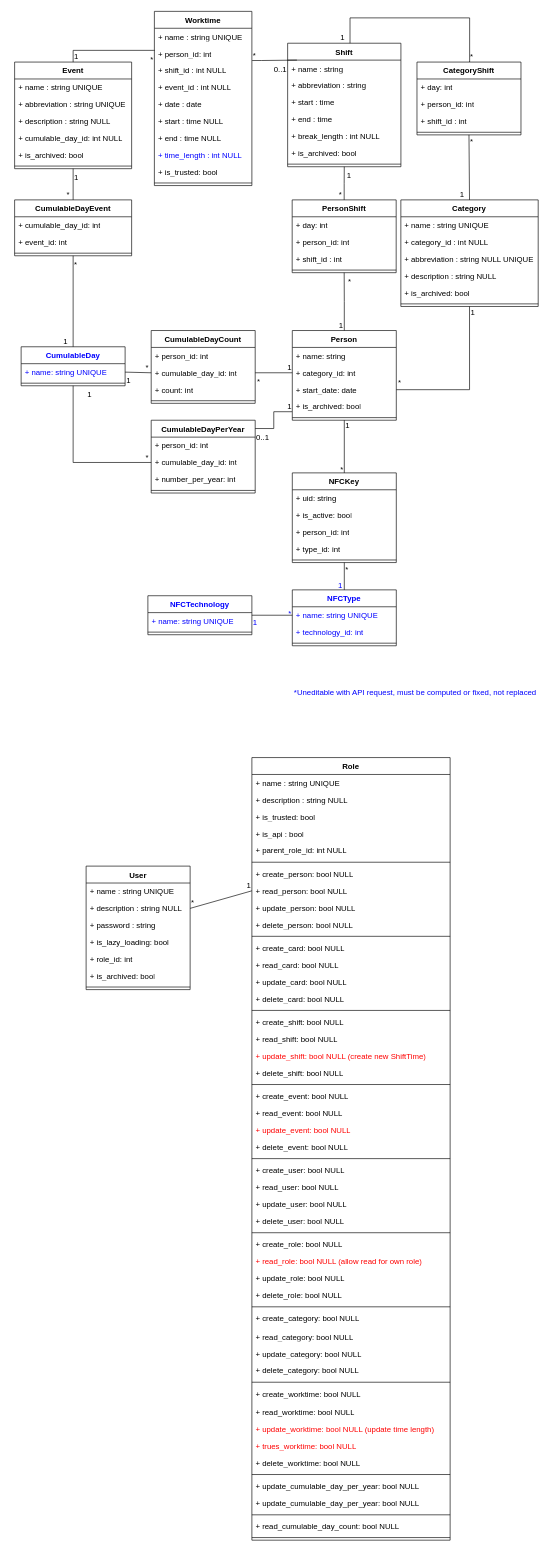
This is TimeManagerMLD.drawio from FrShao/TimeManager, a draw.io file, before an edit. Source tidied: cells renumbered, new cells numbered last; positions are measured from the earlier drawing's top-left corner, leaving out a move shared by most shapes. Both pictures are drawn from the tidied source at 65%, with x=0, y=0 at pixel (14, 11).
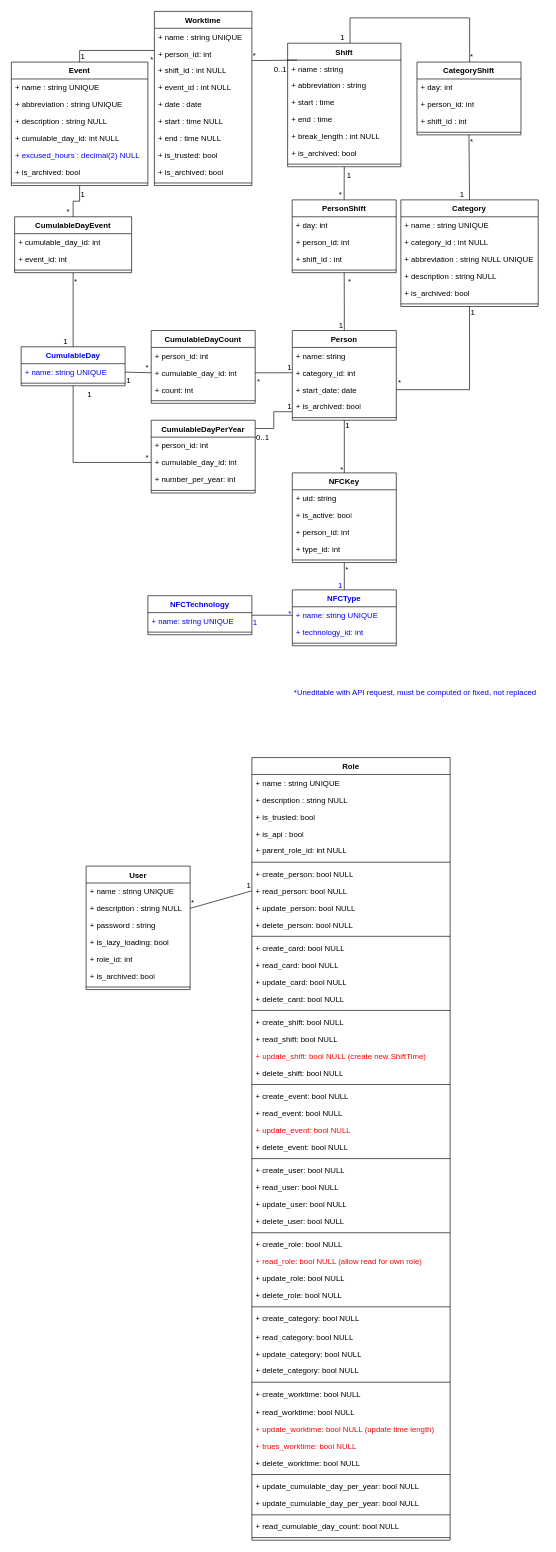
The same page after the edit.

Commit message:
Mettre à jour TimeManagerMLD.drawio

Unchanged cells that the change refers to:
```xml
<mxCell id="68" value="Worktime" style="swimlane;fontStyle=1;align=center;verticalAlign=top;horizontal=1;startSize=26;whiteSpace=wrap;html=1;" parent="1" vertex="1">
  <mxGeometry x="215" width="150" height="268" as="geometry" />
</mxCell>
<mxCell id="70" value="+ person_id: int" style="text;strokeColor=none;fillColor=none;align=left;verticalAlign=top;spacingLeft=4;spacingRight=4;overflow=hidden;points=[[0,0.5],[1,0.5]];portConstraint=eastwest;whiteSpace=wrap;html=1;" parent="68" vertex="1">
  <mxGeometry y="52" width="150" height="26" as="geometry" />
</mxCell>
```

Diff of the diagram source:
```diff
@@
-    <mxCell id="76" value="+ time_length : int NULL" style="text;strokeColor=none;fillColor=none;align=left;verticalAlign=top;spacingLeft=4;spacingRight=4;overflow=hidden;whiteSpace=wrap;html=1;fontColor=#0000FF;" parent="68" vertex="1">
-      <mxGeometry y="208" width="150" height="26" as="geometry" />
-    </mxCell>
     <mxCell id="77" value="+ is_trusted: bool" style="text;strokeColor=none;fillColor=none;align=left;verticalAlign=top;spacingLeft=4;spacingRight=4;overflow=hidden;whiteSpace=wrap;html=1;" parent="68" vertex="1">
-      <mxGeometry y="234" width="150" height="26" as="geometry" />
+      <mxGeometry y="208" width="150" height="26" as="geometry" />
     </mxCell>
+    <mxCell id="194" value="+ is_archived: bool" style="text;strokeColor=none;fillColor=none;align=left;verticalAlign=top;spacingLeft=4;spacingRight=4;overflow=hidden;whiteSpace=wrap;html=1;" parent="68" vertex="1">
+      <mxGeometry y="234" width="150" height="26" as="geometry" />
+    </mxCell>
@@
     <mxCell id="101" value="Event" style="swimlane;fontStyle=1;align=center;verticalAlign=top;horizontal=1;startSize=26;whiteSpace=wrap;html=1;" parent="1" vertex="1">
-      <mxGeometry y="78" width="180" height="164" as="geometry" />
+      <mxGeometry x="-5" y="78" width="210" height="190" as="geometry" />
     </mxCell>
     <mxCell id="102" value="+ name : string UNIQUE" style="text;strokeColor=none;fillColor=none;align=left;verticalAlign=top;spacingLeft=4;spacingRight=4;overflow=hidden;whiteSpace=wrap;html=1;" parent="101" vertex="1">
-      <mxGeometry y="26" width="180" height="26" as="geometry" />
+      <mxGeometry y="26" width="210" height="26" as="geometry" />
     </mxCell>
     <mxCell id="103" value="+ abbreviation : string UNIQUE" style="text;strokeColor=none;fillColor=none;align=left;verticalAlign=top;spacingLeft=4;spacingRight=4;overflow=hidden;whiteSpace=wrap;html=1;" parent="101" vertex="1">
-      <mxGeometry y="52" width="180" height="26" as="geometry" />
+      <mxGeometry y="52" width="210" height="26" as="geometry" />
     </mxCell>
     <mxCell id="104" value="+ description : string NULL" style="text;strokeColor=none;fillColor=none;align=left;verticalAlign=top;spacingLeft=4;spacingRight=4;overflow=hidden;whiteSpace=wrap;html=1;" parent="101" vertex="1">
-      <mxGeometry y="78" width="180" height="26" as="geometry" />
+      <mxGeometry y="78" width="210" height="26" as="geometry" />
     </mxCell>
     <mxCell id="105" value="+ cumulable_day_id: int NULL" style="text;strokeColor=none;fillColor=none;align=left;verticalAlign=top;spacingLeft=4;spacingRight=4;overflow=hidden;whiteSpace=wrap;html=1;" parent="101" vertex="1">
-      <mxGeometry y="104" width="180" height="26" as="geometry" />
+      <mxGeometry y="104" width="210" height="26" as="geometry" />
     </mxCell>
+    <mxCell id="195" value="+ excused_hours : decimal(2) NULL" style="text;strokeColor=none;fillColor=none;align=left;verticalAlign=top;spacingLeft=4;spacingRight=4;overflow=hidden;whiteSpace=wrap;html=1;fontColor=#0000FF;" parent="101" vertex="1">
+      <mxGeometry y="130" width="210" height="26" as="geometry" />
+    </mxCell>
     <mxCell id="106" value="+ is_archived: bool" style="text;strokeColor=none;fillColor=none;align=left;verticalAlign=top;spacingLeft=4;spacingRight=4;overflow=hidden;whiteSpace=wrap;html=1;" parent="101" vertex="1">
-      <mxGeometry y="130" width="180" height="26" as="geometry" />
+      <mxGeometry y="156" width="210" height="26" as="geometry" />
     </mxCell>
     <mxCell id="107" style="line;strokeWidth=1;fillColor=none;align=left;verticalAlign=middle;spacingTop=-1;spacingLeft=3;spacingRight=3;labelPosition=right;strokeColor=inherit;" parent="101" vertex="1">
-      <mxGeometry y="156" width="180" height="8" as="geometry" />
+      <mxGeometry y="182" width="210" height="8" as="geometry" />
     </mxCell>
@@
-    <mxCell id="114" style="endArrow=none;html=1;rounded=0;exitX=0.5;exitY=0;exitDx=0;exitDy=0;entryX=0.003;entryY=0.312;entryDx=0;entryDy=0;entryPerimeter=0;edgeStyle=orthogonalEdgeStyle;" parent="1" edge="1" source="101" target="70">
+    <mxCell id="114" style="endArrow=none;html=1;rounded=0;exitX=0.5;exitY=0;exitDx=0;exitDy=0;entryX=0.003;entryY=0.312;entryDx=0;entryDy=0;entryPerimeter=0;edgeStyle=elbowEdgeStyle;" parent="1" edge="1" source="101" target="70">
       <mxGeometry relative="1" as="geometry">
         <Array as="points">
-          <mxPoint x="90" y="60" />
-          <mxPoint x="214" y="60" />
+          <mxPoint x="100" y="70" />
         </Array>
       </mxGeometry>
     </mxCell>
@@
     <mxCell id="187" value="CumulableDayEvent" style="swimlane;fontStyle=1;align=center;verticalAlign=top;horizontal=1;startSize=26;whiteSpace=wrap;html=1;" parent="1" vertex="1">
-      <mxGeometry y="290" width="180" height="86" as="geometry" />
+      <mxGeometry y="316" width="180" height="86" as="geometry" />
     </mxCell>
```
